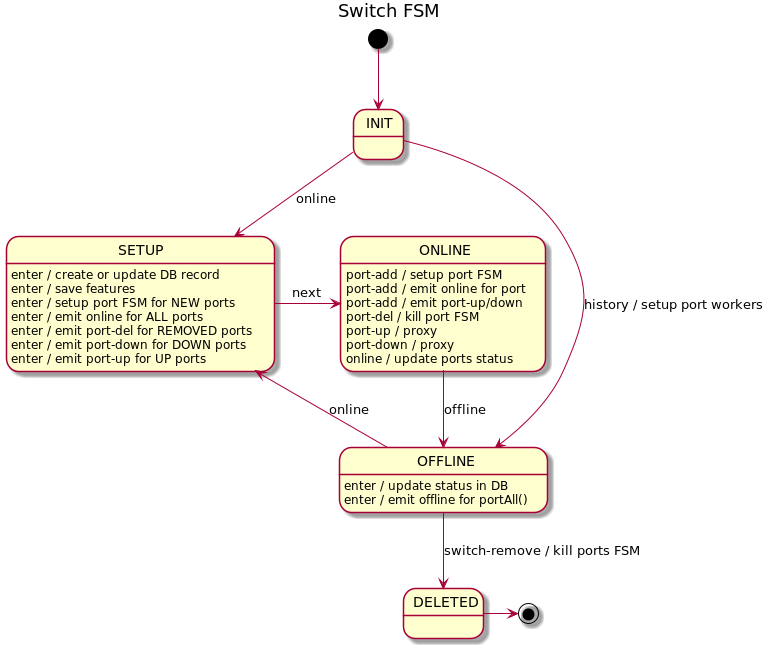
Before: docs/design/network-discovery/switch-FSM.png, a diagram exported from PlantUML (telstra/open-kilda).
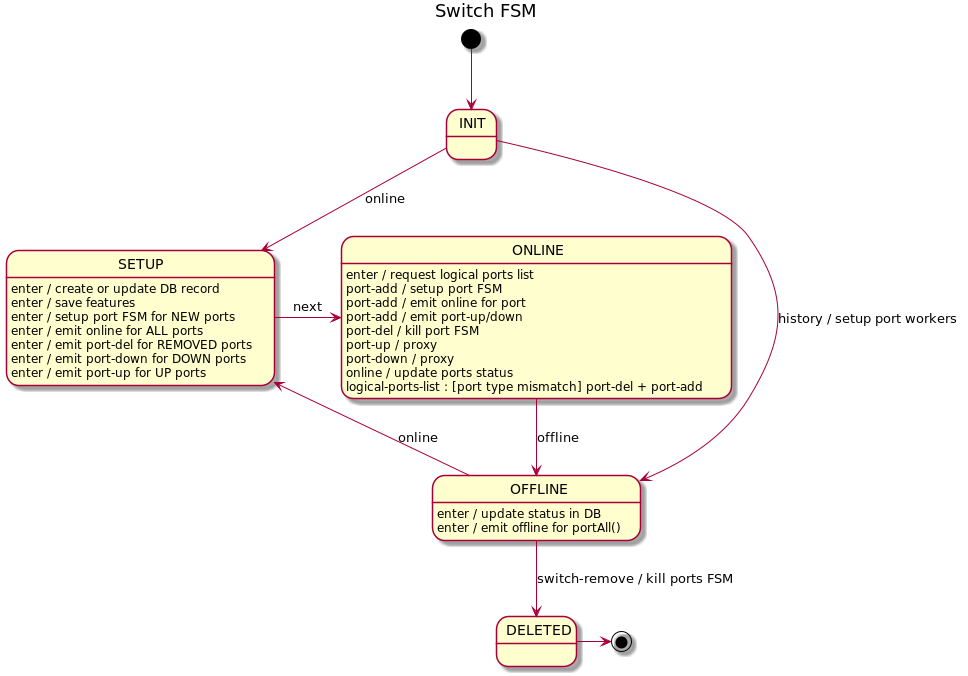
Above is the later version.

Commit message:
BFD port management design update

Change to the diagram source:
```diff
@@ -15,6 +15,7 @@
 SETUP : enter / emit port-up for UP ports
 SETUP -r-> ONLINE : next
 
+ONLINE : enter / request logical ports list
 ONLINE : port-add / setup port FSM
 ONLINE : port-add / emit online for port
 ONLINE : port-add / emit port-up/down
@@ -22,6 +23,7 @@
 ONLINE : port-up / proxy
 ONLINE : port-down / proxy
 ONLINE : online / update ports status
+ONLINE : logical-ports-list : [port type mismatch] port-del + port-add
 ONLINE --> OFFLINE : offline
 
 OFFLINE : enter / update status in DB
```
